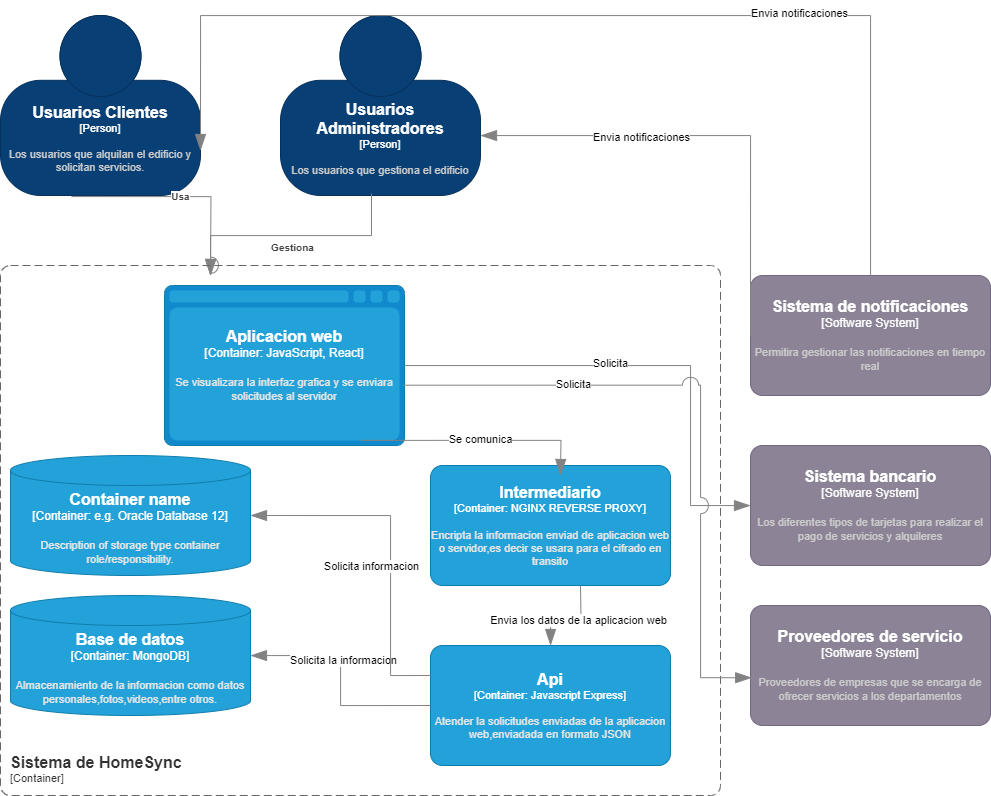
Earlier version of the draw.io export 5/5.2/Diagrama contenedores2.drawio.png (ulima-arqui242/arqui242-grupo4). Source tidied: cells renumbered, new cells last; positions are measured from the earlier drawing's top-left corner, leaving out a move shared by most shapes. Its diagram source:
```xml
<mxGraphModel>
  <root>
    <mxCell id="0" />
    <mxCell id="1" parent="0" />
    <object id="2" label="&lt;font style=&quot;font-size: 16px&quot;&gt;&lt;b&gt;%c4Name%&lt;/b&gt;&lt;/font&gt;&lt;div&gt;[%c4Type%]&lt;/div&gt;&lt;br&gt;&lt;div&gt;&lt;font style=&quot;font-size: 11px&quot;&gt;&lt;font color=&quot;#cccccc&quot;&gt;%c4Description%&lt;/font&gt;&lt;/div&gt;" c4Description="Los usuarios que gestiona el edificio" c4Name="Usuarios Administradores" c4Type="Person" placeholders="1">
      <mxCell style="html=1;fontSize=11;dashed=0;whiteSpace=wrap;fillColor=#083F75;strokeColor=#06315C;fontColor=#ffffff;shape=mxgraph.c4.person2;align=center;points=[[0.5,0,0],[1,0.5,0],[1,0.75,0],[0.75,1,0],[0.5,1,0],[0.25,1,0],[0,0.75,0],[0,0.5,0]];" parent="1" vertex="1">
        <mxGeometry x="280" width="200" height="180" as="geometry" />
      </mxCell>
    </object>
    <object id="3" label="&lt;font style=&quot;font-size: 16px&quot;&gt;&lt;b&gt;%c4Name%&lt;/b&gt;&lt;/font&gt;&lt;div&gt;[%c4Type%]&lt;/div&gt;&lt;br&gt;&lt;div&gt;&lt;font style=&quot;font-size: 11px&quot;&gt;&lt;font color=&quot;#cccccc&quot;&gt;%c4Description%&lt;/font&gt;&lt;/div&gt;" c4Description="Los diferentes tipos de tarjetas para realizar el pago de servicios y alquileres" c4Name="Sistema bancario" c4Type="Software System" placeholders="1">
      <mxCell style="rounded=1;whiteSpace=wrap;html=1;labelBackgroundColor=none;fillColor=#8C8496;fontColor=#ffffff;align=center;arcSize=10;strokeColor=#736782;points=[[0.25,0,0],[0.5,0,0],[0.75,0,0],[1,0.25,0],[1,0.5,0],[1,0.75,0],[0.75,1,0],[0.5,1,0],[0.25,1,0],[0,0.75,0],[0,0.5,0],[0,0.25,0]];" parent="1" vertex="1">
        <mxGeometry x="750" y="430" width="240" height="120" as="geometry" />
      </mxCell>
    </object>
    <object id="4" label="&lt;font style=&quot;font-size: 16px&quot;&gt;&lt;b&gt;%c4Name%&lt;/b&gt;&lt;/font&gt;&lt;div&gt;[%c4Type%]&lt;/div&gt;&lt;br&gt;&lt;div&gt;&lt;font style=&quot;font-size: 11px&quot;&gt;&lt;font color=&quot;#cccccc&quot;&gt;%c4Description%&lt;/font&gt;&lt;/div&gt;" c4Description="Proveedores de empresas que se encarga de ofrecer servicios a los departamentos" c4Name="Proveedores de servicio" c4Type="Software System" placeholders="1">
      <mxCell style="rounded=1;whiteSpace=wrap;html=1;labelBackgroundColor=none;fillColor=#8C8496;fontColor=#ffffff;align=center;arcSize=10;strokeColor=#736782;points=[[0.25,0,0],[0.5,0,0],[0.75,0,0],[1,0.25,0],[1,0.5,0],[1,0.75,0],[0.75,1,0],[0.5,1,0],[0.25,1,0],[0,0.75,0],[0,0.5,0],[0,0.25,0]];" parent="1" vertex="1">
        <mxGeometry x="750" y="590" width="240" height="120" as="geometry" />
      </mxCell>
    </object>
    <object id="5" label="&lt;div style=&quot;text-align: left&quot;&gt;&lt;div style=&quot;text-align: center&quot;&gt;&lt;b&gt;%c4Description%&lt;/b&gt;&lt;/div&gt;" c4Description="Gestiona" c4Type="Relationship" placeholders="1">
      <mxCell style="endArrow=blockThin;html=1;fontSize=10;fontColor=#404040;strokeWidth=1;endFill=1;strokeColor=#828282;elbow=vertical;endSize=14;startSize=14;jumpStyle=arc;jumpSize=16;rounded=0;edgeStyle=orthogonalEdgeStyle;exitX=0.455;exitY=0.989;exitDx=0;exitDy=0;exitPerimeter=0;" parent="1" edge="1" source="2">
        <mxGeometry y="12" relative="1" as="geometry">
          <mxPoint x="210.1" y="260" as="targetPoint" />
          <Array as="points">
            <mxPoint x="371" y="220" />
            <mxPoint x="210" y="220" />
          </Array>
        </mxGeometry>
      </mxCell>
    </object>
    <object id="6" label="&lt;font style=&quot;font-size: 16px&quot;&gt;&lt;b&gt;%c4Name%&lt;/b&gt;&lt;/font&gt;&lt;div&gt;[%c4Type%]&lt;/div&gt;&lt;br&gt;&lt;div&gt;&lt;font style=&quot;font-size: 11px&quot;&gt;&lt;font color=&quot;#cccccc&quot;&gt;%c4Description%&lt;/font&gt;&lt;/div&gt;" c4Description="Los usuarios que alquilan el edificio y solicitan servicios." c4Name="Usuarios Clientes" c4Type="Person" placeholders="1">
      <mxCell style="html=1;fontSize=11;dashed=0;whiteSpace=wrap;fillColor=#083F75;strokeColor=#06315C;fontColor=#ffffff;shape=mxgraph.c4.person2;align=center;points=[[0.5,0,0],[1,0.5,0],[1,0.75,0],[0.75,1,0],[0.5,1,0],[0.25,1,0],[0,0.75,0],[0,0.5,0]];" parent="1" vertex="1">
        <mxGeometry width="200" height="180" as="geometry" />
      </mxCell>
    </object>
    <object id="7" label="&lt;div style=&quot;text-align: left&quot;&gt;&lt;div style=&quot;text-align: center&quot;&gt;&lt;b&gt;%c4Description%&lt;/b&gt;&lt;/div&gt;" c4Description="Usa" c4Type="Relationship" placeholders="1">
      <mxCell style="endArrow=blockThin;html=1;fontSize=10;fontColor=#404040;strokeWidth=1;endFill=1;strokeColor=#828282;elbow=vertical;endSize=14;startSize=14;jumpStyle=arc;jumpSize=16;rounded=0;edgeStyle=orthogonalEdgeStyle;exitX=0.355;exitY=1.006;exitDx=0;exitDy=0;exitPerimeter=0;entryX=0.5;entryY=0;entryDx=0;entryDy=0;entryPerimeter=0;" parent="1" edge="1" source="6">
        <mxGeometry relative="1" as="geometry">
          <mxPoint x="210" y="260" as="targetPoint" />
        </mxGeometry>
      </mxCell>
    </object>
    <object id="8" label="&lt;font style=&quot;font-size: 16px&quot;&gt;&lt;b&gt;%c4Name%&lt;/b&gt;&lt;/font&gt;&lt;div&gt;[%c4Type%]&lt;/div&gt;&lt;br&gt;&lt;div&gt;&lt;font style=&quot;font-size: 11px&quot;&gt;&lt;font color=&quot;#cccccc&quot;&gt;%c4Description%&lt;/font&gt;&lt;/div&gt;" c4Description="Permitira gestionar las notificaciones en tiempo real" c4Name="Sistema de notificaciones" c4Type="Software System" placeholders="1">
      <mxCell style="rounded=1;whiteSpace=wrap;html=1;labelBackgroundColor=none;fillColor=#8C8496;fontColor=#ffffff;align=center;arcSize=10;strokeColor=#736782;points=[[0.25,0,0],[0.5,0,0],[0.75,0,0],[1,0.25,0],[1,0.5,0],[1,0.75,0],[0.75,1,0],[0.5,1,0],[0.25,1,0],[0,0.75,0],[0,0.5,0],[0,0.25,0]];" parent="1" vertex="1">
        <mxGeometry x="750" y="260" width="240" height="120" as="geometry" />
      </mxCell>
    </object>
    <object id="9" label="&lt;font style=&quot;font-size: 16px&quot;&gt;&lt;b&gt;&lt;div style=&quot;text-align: left&quot;&gt;%c4Name%&lt;/div&gt;&lt;/b&gt;&lt;/font&gt;&lt;div style=&quot;text-align: left&quot;&gt;[%c4Application%]&lt;/div&gt;" c4Application="Container" c4Name="Sistema de HomeSync" c4Type="ContainerScopeBoundary" placeholders="1">
      <mxCell style="rounded=1;fontSize=11;whiteSpace=wrap;html=1;dashed=1;arcSize=20;fillColor=none;strokeColor=#666666;fontColor=#333333;labelBackgroundColor=none;align=left;verticalAlign=bottom;labelBorderColor=none;spacingTop=0;spacing=10;dashPattern=8 4;perimeter=rectanglePerimeter;noLabel=0;labelPadding=0;absoluteArcSize=1;" parent="1" vertex="1">
        <mxGeometry y="250" width="720" height="530" as="geometry" />
      </mxCell>
    </object>
    <object id="10" label="&lt;font style=&quot;font-size: 16px&quot;&gt;&lt;b&gt;%c4Name%&lt;/b&gt;&lt;/font&gt;&lt;div&gt;[%c4Type%:&amp;nbsp;%c4Technology%]&lt;/div&gt;&lt;br&gt;&lt;div&gt;&lt;font style=&quot;font-size: 11px&quot;&gt;&lt;font color=&quot;#E6E6E6&quot;&gt;%c4Description%&lt;/font&gt;&lt;/div&gt;" c4Description="Se visualizara la interfaz grafica y se enviara solicitudes al servidor" c4Name="Aplicacion web" c4Technology="JavaScript, React" c4Type="Container" placeholders="1">
      <mxCell style="shape=mxgraph.c4.webBrowserContainer2;whiteSpace=wrap;html=1;boundedLbl=1;rounded=0;labelBackgroundColor=none;strokeColor=#118ACD;fillColor=#23A2D9;strokeColor=#118ACD;strokeColor2=#0E7DAD;fontSize=12;fontColor=#ffffff;align=center;points=[[0.5,0,0],[1,0.25,0],[1,0.5,0],[1,0.75,0],[0.5,1,0],[0,0.75,0],[0,0.5,0],[0,0.25,0]];" parent="1" vertex="1">
        <mxGeometry x="164" y="270" width="240" height="160" as="geometry" />
      </mxCell>
    </object>
    <object id="11" label="&lt;font style=&quot;font-size: 16px&quot;&gt;&lt;b&gt;%c4Name%&lt;/b&gt;&lt;/font&gt;&lt;div&gt;[%c4Type%: %c4Technology%]&lt;/div&gt;&lt;br&gt;&lt;div&gt;&lt;font style=&quot;font-size: 11px&quot;&gt;&lt;font color=&quot;#E6E6E6&quot;&gt;%c4Description%&lt;/font&gt;&lt;/div&gt;" c4Description="Atender la solicitudes enviadas de la aplicacion web,enviadada en formato JSON " c4Name="Api" c4Technology="Javascript Express" c4Type="Container" placeholders="1">
      <mxCell style="rounded=1;whiteSpace=wrap;html=1;fontSize=11;labelBackgroundColor=none;fillColor=#23A2D9;fontColor=#ffffff;align=center;arcSize=10;strokeColor=#0E7DAD;points=[[0.25,0,0],[0.5,0,0],[0.75,0,0],[1,0.25,0],[1,0.5,0],[1,0.75,0],[0.75,1,0],[0.5,1,0],[0.25,1,0],[0,0.75,0],[0,0.5,0],[0,0.25,0]];" parent="1" vertex="1">
        <mxGeometry x="430" y="630" width="240" height="120" as="geometry" />
      </mxCell>
    </object>
    <object id="12" label="&lt;font style=&quot;font-size: 16px&quot;&gt;&lt;b&gt;%c4Name%&lt;/b&gt;&lt;/font&gt;&lt;div&gt;[%c4Type%:&amp;nbsp;%c4Technology%]&lt;/div&gt;&lt;br&gt;&lt;div&gt;&lt;font style=&quot;font-size: 11px&quot;&gt;&lt;font color=&quot;#E6E6E6&quot;&gt;%c4Description%&lt;/font&gt;&lt;/div&gt;" c4Description="Almacenamiento de la informacion como datos personales,fotos,videos,entre otros." c4Name="Base de datos" c4Technology="MongoDB" c4Type="Container" placeholders="1">
      <mxCell style="shape=cylinder3;size=15;whiteSpace=wrap;html=1;boundedLbl=1;rounded=0;labelBackgroundColor=none;fillColor=#23A2D9;fontSize=12;fontColor=#ffffff;align=center;strokeColor=#0E7DAD;points=[[0.5,0,0],[1,0.25,0],[1,0.5,0],[1,0.75,0],[0.5,1,0],[0,0.75,0],[0,0.5,0],[0,0.25,0]];" parent="1" vertex="1">
        <mxGeometry x="10" y="580" width="240" height="120" as="geometry" />
      </mxCell>
    </object>
    <object id="13" label="&lt;font style=&quot;font-size: 16px&quot;&gt;&lt;b&gt;%c4Name%&lt;/b&gt;&lt;/font&gt;&lt;div&gt;[%c4Type%: %c4Technology%]&lt;/div&gt;&lt;br&gt;&lt;div&gt;&lt;font style=&quot;font-size: 11px&quot;&gt;&lt;font color=&quot;#E6E6E6&quot;&gt;%c4Description%&lt;/font&gt;&lt;/div&gt;" c4Description="Encripta la informacion enviad de aplicacion web o servidor,es decir se usara para el cifrado en transito" c4Name="Intermediario" c4Technology="NGINX REVERSE PROXY" c4Type="Container" placeholders="1">
      <mxCell style="rounded=1;whiteSpace=wrap;html=1;fontSize=11;labelBackgroundColor=none;fillColor=#23A2D9;fontColor=#ffffff;align=center;arcSize=10;strokeColor=#0E7DAD;" parent="1" vertex="1">
        <mxGeometry x="430" y="450" width="240" height="120" as="geometry" />
      </mxCell>
    </object>
    <object id="14" label="" c4Type="Relationship" placeholders="1">
      <mxCell style="endArrow=blockThin;html=1;fontSize=10;fontColor=#404040;strokeWidth=1;endFill=1;strokeColor=#828282;elbow=vertical;endSize=14;startSize=14;jumpStyle=arc;jumpSize=16;rounded=0;edgeStyle=orthogonalEdgeStyle;exitX=0.82;exitY=0.968;exitDx=0;exitDy=0;exitPerimeter=0;" parent="1" edge="1" source="10">
        <mxGeometry relative="1" as="geometry">
          <mxPoint x="560" y="460" as="targetPoint" />
        </mxGeometry>
      </mxCell>
    </object>
    <mxCell id="15" value="Se comunica" style="edgeLabel;html=1;align=center;verticalAlign=middle;" parent="14" vertex="1">
      <mxGeometry x="0.01" y="2" relative="1" as="geometry" />
    </mxCell>
    <object id="16" label="" c4Type="Relationship" placeholders="1">
      <mxCell style="endArrow=blockThin;html=1;fontSize=10;fontColor=#404040;strokeWidth=1;endFill=1;strokeColor=#828282;elbow=vertical;endSize=14;startSize=14;jumpStyle=arc;jumpSize=16;rounded=0;edgeStyle=orthogonalEdgeStyle;" parent="1" edge="1" target="11">
        <mxGeometry relative="1" as="geometry">
          <mxPoint x="580" y="570" as="sourcePoint" />
        </mxGeometry>
      </mxCell>
    </object>
    <mxCell id="17" value="Envia los datos de la aplicacion web" style="edgeLabel;html=1;align=center;verticalAlign=middle;" parent="16" vertex="1">
      <mxGeometry x="-0.25" y="4" relative="1" as="geometry" />
    </mxCell>
    <object id="18" label="" c4Type="Relationship" placeholders="1">
      <mxCell style="endArrow=blockThin;html=1;fontSize=10;fontColor=#404040;strokeWidth=1;endFill=1;strokeColor=#828282;elbow=vertical;endSize=14;startSize=14;jumpStyle=arc;jumpSize=16;rounded=0;edgeStyle=orthogonalEdgeStyle;exitX=0;exitY=0.5;exitDx=0;exitDy=0;exitPerimeter=0;" parent="1" edge="1" source="11" target="12">
        <mxGeometry relative="1" as="geometry" />
      </mxCell>
    </object>
    <mxCell id="19" value="Solicita la informacion" style="edgeLabel;html=1;align=center;verticalAlign=middle;" parent="18" vertex="1">
      <mxGeometry x="0.19" y="-2" relative="1" as="geometry" />
    </mxCell>
    <object id="20" label="" c4Type="Relationship" placeholders="1">
      <mxCell style="endArrow=blockThin;html=1;fontSize=10;fontColor=#404040;strokeWidth=1;endFill=1;strokeColor=#828282;elbow=vertical;endSize=14;startSize=14;jumpStyle=arc;jumpSize=16;rounded=0;edgeStyle=orthogonalEdgeStyle;exitX=0;exitY=0.5;exitDx=0;exitDy=0;exitPerimeter=0;" parent="1" edge="1" source="8" target="2">
        <mxGeometry relative="1" as="geometry">
          <Array as="points">
            <mxPoint x="750" y="120" />
          </Array>
        </mxGeometry>
      </mxCell>
    </object>
    <mxCell id="21" value="Envia notificaciones" style="edgeLabel;html=1;align=center;verticalAlign=middle;" parent="20" vertex="1">
      <mxGeometry x="0.32" y="1" relative="1" as="geometry" />
    </mxCell>
    <object id="22" label="" c4Type="Relationship" placeholders="1">
      <mxCell style="endArrow=blockThin;html=1;fontSize=10;fontColor=#404040;strokeWidth=1;endFill=1;strokeColor=#828282;elbow=vertical;endSize=14;startSize=14;jumpStyle=arc;jumpSize=16;rounded=0;edgeStyle=orthogonalEdgeStyle;entryX=1;entryY=0.75;entryDx=0;entryDy=0;entryPerimeter=0;" parent="1" edge="1" source="8" target="6">
        <mxGeometry relative="1" as="geometry">
          <Array as="points">
            <mxPoint x="870" />
            <mxPoint x="200" />
          </Array>
        </mxGeometry>
      </mxCell>
    </object>
    <mxCell id="23" value="Envia notificaciones" style="edgeLabel;html=1;align=center;verticalAlign=middle;" parent="22" vertex="1">
      <mxGeometry x="-0.38" y="-3" relative="1" as="geometry" />
    </mxCell>
    <object id="24" label="" c4Type="Relationship" placeholders="1">
      <mxCell style="endArrow=blockThin;html=1;fontSize=10;fontColor=#404040;strokeWidth=1;endFill=1;strokeColor=#828282;elbow=vertical;endSize=14;startSize=14;jumpStyle=arc;jumpSize=16;rounded=0;edgeStyle=orthogonalEdgeStyle;" parent="1" edge="1" source="10" target="3">
        <mxGeometry relative="1" as="geometry">
          <Array as="points">
            <mxPoint x="690" y="350" />
            <mxPoint x="690" y="490" />
          </Array>
        </mxGeometry>
      </mxCell>
    </object>
    <mxCell id="25" value="Solicita" style="edgeLabel;html=1;align=center;verticalAlign=middle;" parent="24" vertex="1">
      <mxGeometry x="-0.15" y="3" relative="1" as="geometry" />
    </mxCell>
    <object id="26" label="" c4Type="Relationship" placeholders="1">
      <mxCell style="endArrow=blockThin;html=1;fontSize=10;fontColor=#404040;strokeWidth=1;endFill=1;strokeColor=#828282;elbow=vertical;endSize=14;startSize=14;jumpStyle=arc;jumpSize=16;rounded=0;edgeStyle=orthogonalEdgeStyle;exitX=0.994;exitY=0.623;exitDx=0;exitDy=0;exitPerimeter=0;entryX=0.005;entryY=0.602;entryDx=0;entryDy=0;entryPerimeter=0;" parent="1" edge="1" source="10" target="4">
        <mxGeometry relative="1" as="geometry">
          <Array as="points">
            <mxPoint x="700" y="370" />
            <mxPoint x="700" y="662" />
          </Array>
        </mxGeometry>
      </mxCell>
    </object>
    <mxCell id="27" value="Solicita" style="edgeLabel;html=1;align=center;verticalAlign=middle;" parent="26" vertex="1">
      <mxGeometry x="-0.47" y="1" relative="1" as="geometry" />
    </mxCell>
    <object id="28" label="&lt;font style=&quot;font-size: 16px&quot;&gt;&lt;b&gt;%c4Name%&lt;/b&gt;&lt;/font&gt;&lt;div&gt;[%c4Type%:&amp;nbsp;%c4Technology%]&lt;/div&gt;&lt;br&gt;&lt;div&gt;&lt;font style=&quot;font-size: 11px&quot;&gt;&lt;font color=&quot;#E6E6E6&quot;&gt;%c4Description%&lt;/font&gt;&lt;/div&gt;" c4Description="Description of storage type container role/responsibility." c4Name="Container name" c4Technology="e.g. Oracle Database 12" c4Type="Container" placeholders="1">
      <mxCell style="shape=cylinder3;size=15;whiteSpace=wrap;html=1;boundedLbl=1;rounded=0;labelBackgroundColor=none;fillColor=#23A2D9;fontSize=12;fontColor=#ffffff;align=center;strokeColor=#0E7DAD;points=[[0.5,0,0],[1,0.25,0],[1,0.5,0],[1,0.75,0],[0.5,1,0],[0,0.75,0],[0,0.5,0],[0,0.25,0]];" parent="1" vertex="1">
        <mxGeometry x="10" y="440" width="240" height="120" as="geometry" />
      </mxCell>
    </object>
    <object id="29" label="" c4Type="Relationship" placeholders="1">
      <mxCell style="endArrow=blockThin;html=1;fontSize=10;fontColor=#404040;strokeWidth=1;endFill=1;strokeColor=#828282;elbow=vertical;endSize=14;startSize=14;jumpStyle=arc;jumpSize=16;rounded=0;edgeStyle=orthogonalEdgeStyle;exitX=0;exitY=0.25;exitDx=0;exitDy=0;exitPerimeter=0;entryX=1;entryY=0.5;entryDx=0;entryDy=0;entryPerimeter=0;" parent="1" edge="1" source="11" target="28">
        <mxGeometry relative="1" as="geometry">
          <Array as="points">
            <mxPoint x="390" y="660" />
            <mxPoint x="390" y="500" />
          </Array>
        </mxGeometry>
      </mxCell>
    </object>
    <mxCell id="30" value="Solicita informacion" style="edgeLabel;html=1;align=center;verticalAlign=middle;" parent="29" vertex="1">
      <mxGeometry x="-0.14" relative="1" as="geometry">
        <mxPoint x="-20" y="-3" as="offset" />
      </mxGeometry>
    </mxCell>
  </root>
</mxGraphModel>
```
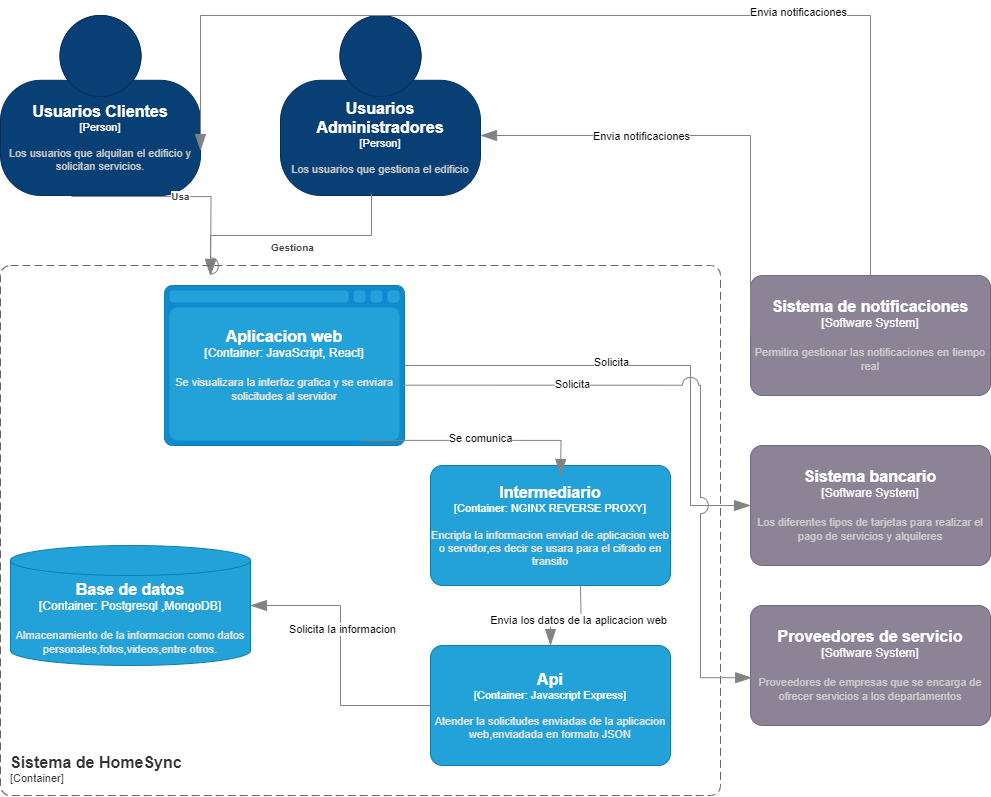
After the change.

Commit message:
Actualziacion del diagrama dos

Diff of the diagram source:
```diff
@@ -60,9 +60,9 @@
         <mxGeometry x="430" y="630" width="240" height="120" as="geometry" />
       </mxCell>
     </object>
-    <object id="12" label="&lt;font style=&quot;font-size: 16px&quot;&gt;&lt;b&gt;%c4Name%&lt;/b&gt;&lt;/font&gt;&lt;div&gt;[%c4Type%:&amp;nbsp;%c4Technology%]&lt;/div&gt;&lt;br&gt;&lt;div&gt;&lt;font style=&quot;font-size: 11px&quot;&gt;&lt;font color=&quot;#E6E6E6&quot;&gt;%c4Description%&lt;/font&gt;&lt;/div&gt;" c4Description="Almacenamiento de la informacion como datos personales,fotos,videos,entre otros." c4Name="Base de datos" c4Technology="MongoDB" c4Type="Container" placeholders="1">
+    <object id="12" label="&lt;font style=&quot;font-size: 16px&quot;&gt;&lt;b&gt;%c4Name%&lt;/b&gt;&lt;/font&gt;&lt;div&gt;[%c4Type%:&amp;nbsp;%c4Technology%]&lt;/div&gt;&lt;br&gt;&lt;div&gt;&lt;font style=&quot;font-size: 11px&quot;&gt;&lt;font color=&quot;#E6E6E6&quot;&gt;%c4Description%&lt;/font&gt;&lt;/div&gt;" c4Description="Almacenamiento de la informacion como datos personales,fotos,videos,entre otros." c4Name="Base de datos" c4Technology="Postgresql ,MongoDB" c4Type="Container" placeholders="1">
       <mxCell style="shape=cylinder3;size=15;whiteSpace=wrap;html=1;boundedLbl=1;rounded=0;labelBackgroundColor=none;fillColor=#23A2D9;fontSize=12;fontColor=#ffffff;align=center;strokeColor=#0E7DAD;points=[[0.5,0,0],[1,0.25,0],[1,0.5,0],[1,0.75,0],[0.5,1,0],[0,0.75,0],[0,0.5,0],[0,0.25,0]];" parent="1" vertex="1">
-        <mxGeometry x="10" y="580" width="240" height="120" as="geometry" />
+        <mxGeometry x="10" y="530" width="240" height="120" as="geometry" />
       </mxCell>
     </object>
     <object id="13" label="&lt;font style=&quot;font-size: 16px&quot;&gt;&lt;b&gt;%c4Name%&lt;/b&gt;&lt;/font&gt;&lt;div&gt;[%c4Type%: %c4Technology%]&lt;/div&gt;&lt;br&gt;&lt;div&gt;&lt;font style=&quot;font-size: 11px&quot;&gt;&lt;font color=&quot;#E6E6E6&quot;&gt;%c4Description%&lt;/font&gt;&lt;/div&gt;" c4Description="Encripta la informacion enviad de aplicacion web o servidor,es decir se usara para el cifrado en transito" c4Name="Intermediario" c4Technology="NGINX REVERSE PROXY" c4Type="Container" placeholders="1">
@@ -149,25 +149,5 @@
     <mxCell id="27" value="Solicita" style="edgeLabel;html=1;align=center;verticalAlign=middle;" parent="26" vertex="1">
       <mxGeometry x="-0.47" y="1" relative="1" as="geometry" />
     </mxCell>
-    <object id="28" label="&lt;font style=&quot;font-size: 16px&quot;&gt;&lt;b&gt;%c4Name%&lt;/b&gt;&lt;/font&gt;&lt;div&gt;[%c4Type%:&amp;nbsp;%c4Technology%]&lt;/div&gt;&lt;br&gt;&lt;div&gt;&lt;font style=&quot;font-size: 11px&quot;&gt;&lt;font color=&quot;#E6E6E6&quot;&gt;%c4Description%&lt;/font&gt;&lt;/div&gt;" c4Description="Description of storage type container role/responsibility." c4Name="Container name" c4Technology="e.g. Oracle Database 12" c4Type="Container" placeholders="1">
-      <mxCell style="shape=cylinder3;size=15;whiteSpace=wrap;html=1;boundedLbl=1;rounded=0;labelBackgroundColor=none;fillColor=#23A2D9;fontSize=12;fontColor=#ffffff;align=center;strokeColor=#0E7DAD;points=[[0.5,0,0],[1,0.25,0],[1,0.5,0],[1,0.75,0],[0.5,1,0],[0,0.75,0],[0,0.5,0],[0,0.25,0]];" parent="1" vertex="1">
-        <mxGeometry x="10" y="440" width="240" height="120" as="geometry" />
-      </mxCell>
-    </object>
-    <object id="29" label="" c4Type="Relationship" placeholders="1">
-      <mxCell style="endArrow=blockThin;html=1;fontSize=10;fontColor=#404040;strokeWidth=1;endFill=1;strokeColor=#828282;elbow=vertical;endSize=14;startSize=14;jumpStyle=arc;jumpSize=16;rounded=0;edgeStyle=orthogonalEdgeStyle;exitX=0;exitY=0.25;exitDx=0;exitDy=0;exitPerimeter=0;entryX=1;entryY=0.5;entryDx=0;entryDy=0;entryPerimeter=0;" parent="1" edge="1" source="11" target="28">
-        <mxGeometry relative="1" as="geometry">
-          <Array as="points">
-            <mxPoint x="390" y="660" />
-            <mxPoint x="390" y="500" />
-          </Array>
-        </mxGeometry>
-      </mxCell>
-    </object>
-    <mxCell id="30" value="Solicita informacion" style="edgeLabel;html=1;align=center;verticalAlign=middle;" parent="29" vertex="1">
-      <mxGeometry x="-0.14" relative="1" as="geometry">
-        <mxPoint x="-20" y="-3" as="offset" />
-      </mxGeometry>
-    </mxCell>
   </root>
 </mxGraphModel>
```
